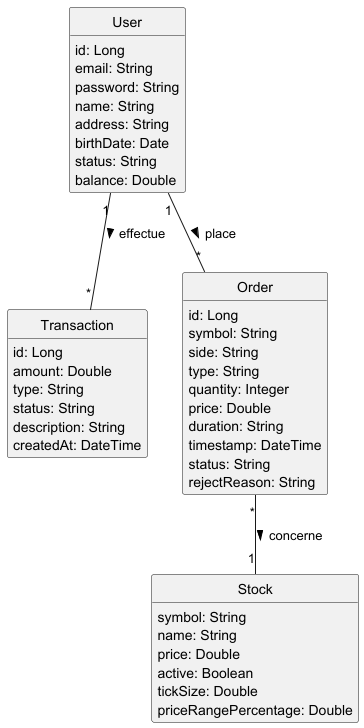
The PlantUML diagram docs/ddd/mdd/mdd.png in Hugo-12341234/BrokerX_MicroServices, before a commit. Source of this version:
```plantuml
@startuml
skinparam style strictuml
skinparam backgroundcolor #FFFFFF
skinparam defaultfontname xkcd Script
scale 1
hide empty members

class User {
  id: Long
  email: String
  password: String
  name: String
  address: String
  birthDate: Date
  status: String
  balance: Double
}

class Transaction {
  id: Long
  amount: Double
  type: String
  status: String
  description: String
  createdAt: DateTime
}

class Order {
  id: Long
  symbol: String
  side: String
  type: String
  quantity: Integer
  price: Double
  duration: String
  timestamp: DateTime
  status: String
  rejectReason: String
}

class Stock {
  symbol: String
  name: String
  price: Double
  active: Boolean
  tickSize: Double
  priceRangePercentage: Double
}

User "1" -- "*" Transaction : effectue >
User "1" -- "*" Order : place >
Order "*" -- "1" Stock : concerne >
@enduml
```
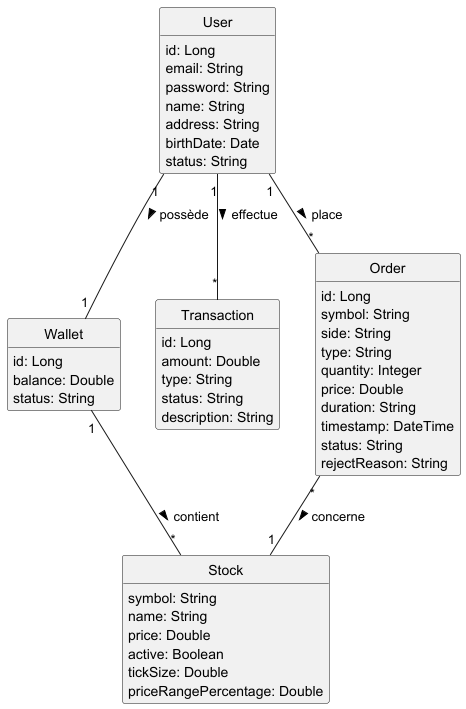
Above is the later version.

Commit message:
Progress of documentation, we're at 11.2 still (mdd done)

Diff of the diagram source:
```diff
@@ -13,7 +13,12 @@
   address: String
   birthDate: Date
   status: String
+}
+
+class Wallet {
+  id: Long
   balance: Double
+  status: String
 }
 
 class Transaction {
@@ -22,7 +27,6 @@
   type: String
   status: String
   description: String
-  createdAt: DateTime
 }
 
 class Order {
@@ -47,7 +51,9 @@
   priceRangePercentage: Double
 }
 
+User "1" -- "1" Wallet : possède >
 User "1" -- "*" Transaction : effectue >
 User "1" -- "*" Order : place >
 Order "*" -- "1" Stock : concerne >
+Wallet "1" -- "*" Stock : contient >
 @enduml
```
